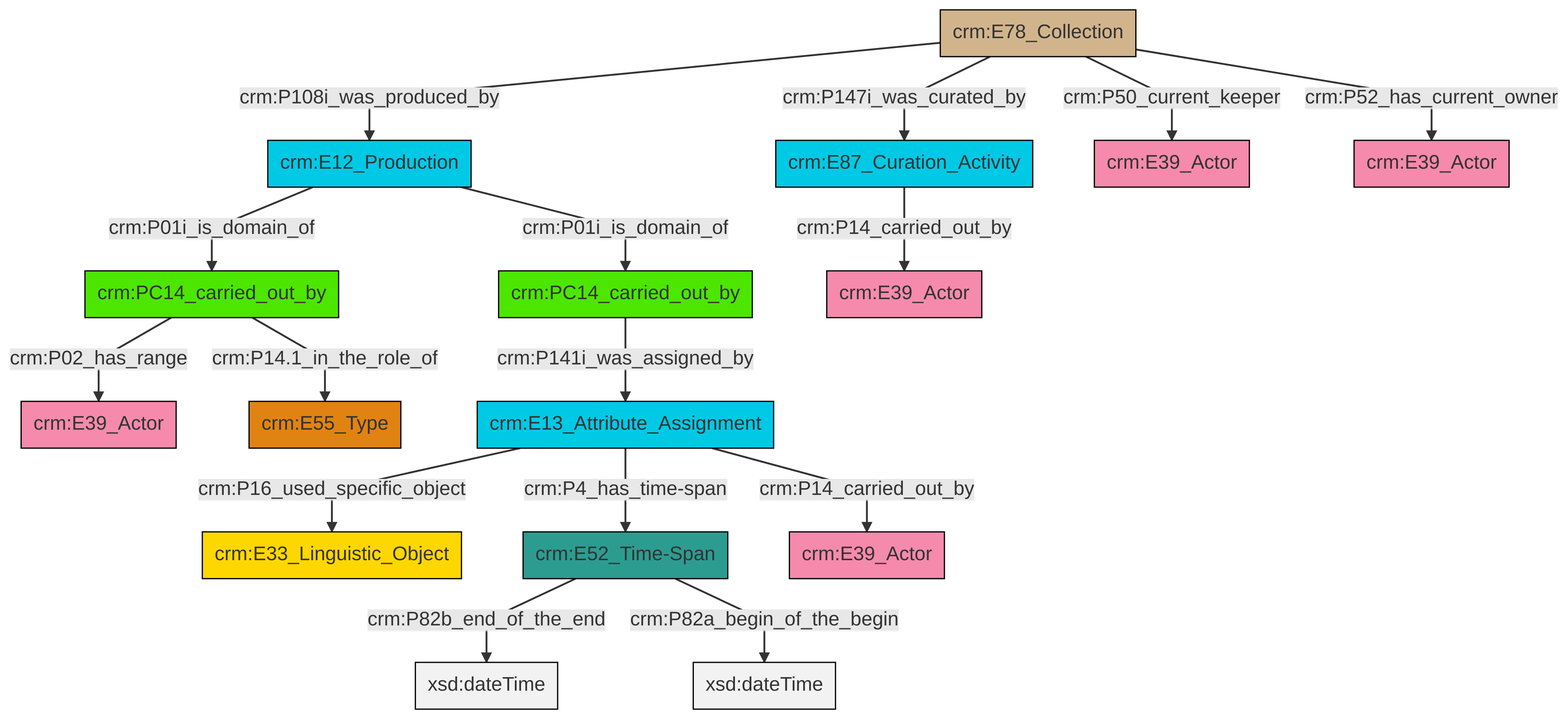
This is et/archivalCSV/ttl/mmd/png/archival_relation.png from swiss-art-research-net/docs.swissartresearch, a Mermaid export, as it was before one commit. Its source is kept beside it as et/archivalCSV/ttl/mmd/archival_relation.ttl.mmd.
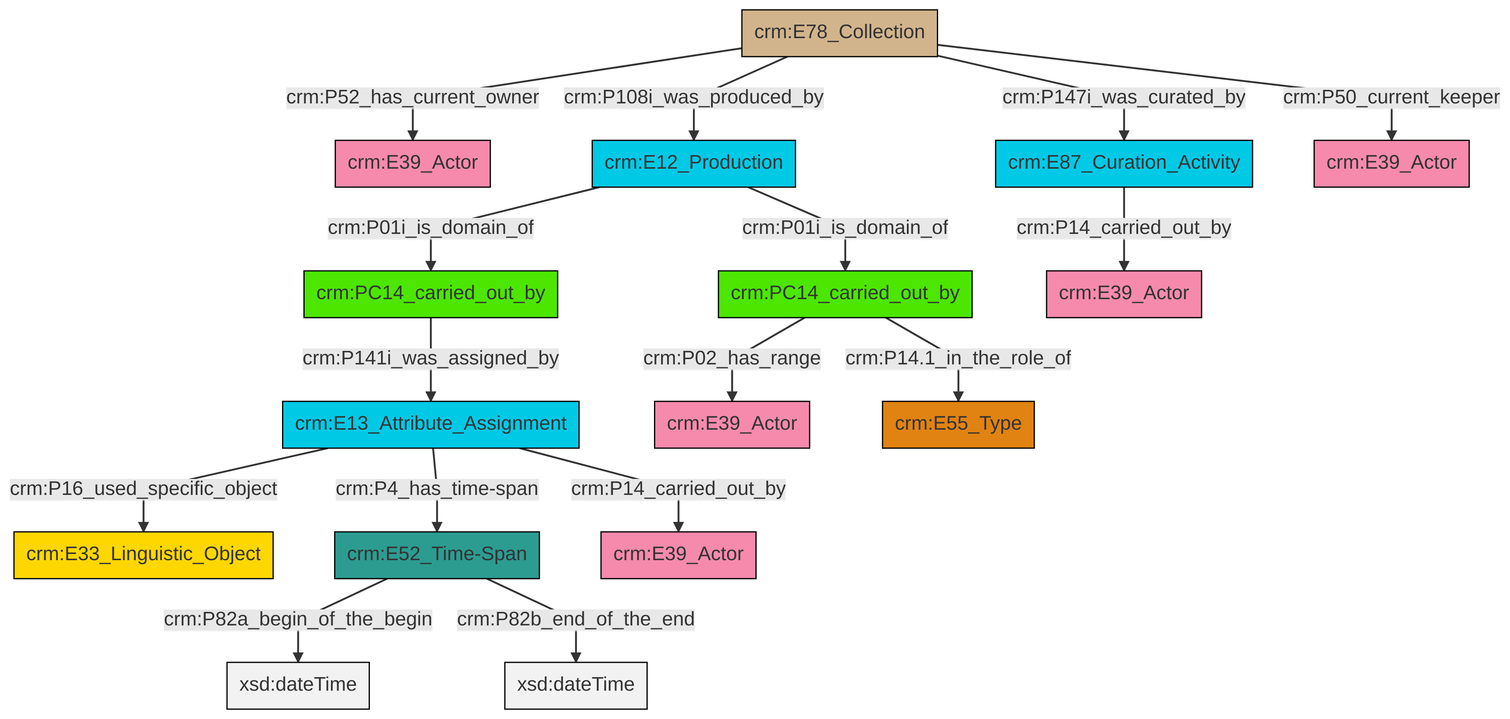
Later version of the same file.

What changed in the source:
```diff
@@ -13,18 +13,18 @@
 classDef PC_Classes fill:#4ce600, stroke:#000000;
 classDef Multi fill:#cccccc,stroke:#000000;
 
-0["crm:PC14_carried_out_by"]:::PC_Classes -->|crm:P02_has_range| 1["crm:E39_Actor"]:::Actor
-6["crm:E78_Collection"]:::Physical_Thing -->|crm:P108i_was_produced_by| 8["crm:E12_Production"]:::Temporal_Entity
-4["crm:E13_Attribute_Assignment"]:::Temporal_Entity -->|crm:P16_used_specific_object| 13["crm:E33_Linguistic_Object"]:::Conceptual_Object
-0["crm:PC14_carried_out_by"]:::PC_Classes -->|crm:P14.1_in_the_role_of| 14["crm:E55_Type"]:::Type
-4["crm:E13_Attribute_Assignment"]:::Temporal_Entity -->|crm:P4_has_time-span| 2["crm:E52_Time-Span"]:::Time-Span
-6["crm:E78_Collection"]:::Physical_Thing -->|crm:P147i_was_curated_by| 17["crm:E87_Curation_Activity"]:::Temporal_Entity
-17["crm:E87_Curation_Activity"]:::Temporal_Entity -->|crm:P14_carried_out_by| 18["crm:E39_Actor"]:::Actor
-6["crm:E78_Collection"]:::Physical_Thing -->|crm:P50_current_keeper| 15["crm:E39_Actor"]:::Actor
-19["crm:PC14_carried_out_by"]:::PC_Classes -->|crm:P141i_was_assigned_by| 4["crm:E13_Attribute_Assignment"]:::Temporal_Entity
-6["crm:E78_Collection"]:::Physical_Thing -->|crm:P52_has_current_owner| 9["crm:E39_Actor"]:::Actor
-2["crm:E52_Time-Span"]:::Time-Span -->|crm:P82b_end_of_the_end| 20[xsd:dateTime]:::Literal
-8["crm:E12_Production"]:::Temporal_Entity -->|crm:P01i_is_domain_of| 0["crm:PC14_carried_out_by"]:::PC_Classes
-8["crm:E12_Production"]:::Temporal_Entity -->|crm:P01i_is_domain_of| 19["crm:PC14_carried_out_by"]:::PC_Classes
-4["crm:E13_Attribute_Assignment"]:::Temporal_Entity -->|crm:P14_carried_out_by| 24["crm:E39_Actor"]:::Actor
-2["crm:E52_Time-Span"]:::Time-Span -->|crm:P82a_begin_of_the_begin| 26[xsd:dateTime]:::Literal
+2["crm:E13_Attribute_Assignment"]:::Temporal_Entity -->|crm:P16_used_specific_object| 3["crm:E33_Linguistic_Object"]:::Conceptual_Object
+4["crm:E78_Collection"]:::Physical_Thing -->|crm:P147i_was_curated_by| 8["crm:E87_Curation_Activity"]:::Temporal_Entity
+9["crm:E12_Production"]:::Temporal_Entity -->|crm:P01i_is_domain_of| 0["crm:PC14_carried_out_by"]:::PC_Classes
+4["crm:E78_Collection"]:::Physical_Thing -->|crm:P108i_was_produced_by| 9["crm:E12_Production"]:::Temporal_Entity
+4["crm:E78_Collection"]:::Physical_Thing -->|crm:P52_has_current_owner| 6["crm:E39_Actor"]:::Actor
+10["crm:PC14_carried_out_by"]:::PC_Classes -->|crm:P02_has_range| 15["crm:E39_Actor"]:::Actor
+10["crm:PC14_carried_out_by"]:::PC_Classes -->|crm:P14.1_in_the_role_of| 16["crm:E55_Type"]:::Type
+9["crm:E12_Production"]:::Temporal_Entity -->|crm:P01i_is_domain_of| 10["crm:PC14_carried_out_by"]:::PC_Classes
+2["crm:E13_Attribute_Assignment"]:::Temporal_Entity -->|crm:P14_carried_out_by| 18["crm:E39_Actor"]:::Actor
+13["crm:E52_Time-Span"]:::Time-Span -->|crm:P82a_begin_of_the_begin| 21[xsd:dateTime]:::Literal
+13["crm:E52_Time-Span"]:::Time-Span -->|crm:P82b_end_of_the_end| 22[xsd:dateTime]:::Literal
+2["crm:E13_Attribute_Assignment"]:::Temporal_Entity -->|crm:P4_has_time-span| 13["crm:E52_Time-Span"]:::Time-Span
+4["crm:E78_Collection"]:::Physical_Thing -->|crm:P50_current_keeper| 25["crm:E39_Actor"]:::Actor
+0["crm:PC14_carried_out_by"]:::PC_Classes -->|crm:P141i_was_assigned_by| 2["crm:E13_Attribute_Assignment"]:::Temporal_Entity
+8["crm:E87_Curation_Activity"]:::Temporal_Entity -->|crm:P14_carried_out_by| 27["crm:E39_Actor"]:::Actor
```
